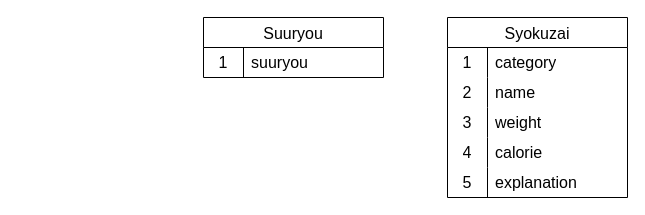
Earlier version of the draw.io diagram public/er.dio (namerouboy/malatangenerator). Source tidied: cells renumbered, new cells numbered last; positions are measured from the earlier drawing's top-left corner, leaving out a move shared by most shapes. Both pictures are drawn from the tidied source at 100%, with x=0, y=0 at pixel (203, 17).
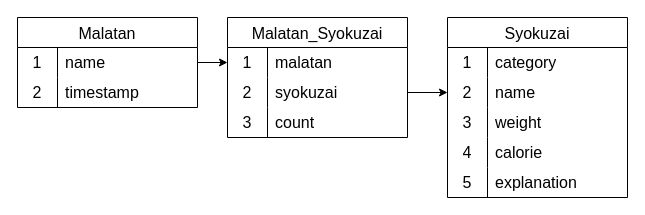
The same page after the edit.

Commit message (it also covers changes not shown here):
ER図を作成し、READMEに追加

The change refers to these unchanged cells:
```xml
<mxCell id="10" style="shape=tableRow;horizontal=0;startSize=0;swimlaneHead=0;swimlaneBody=0;top=0;left=0;bottom=0;right=0;fillColor=none;points=[[0,0.5],[1,0.5]];portConstraint=eastwest;strokeColor=inherit;fontSize=16;" parent="6" vertex="1">
  <mxGeometry y="60" width="180" height="30" as="geometry" />
</mxCell>
```

What changed in the source:
```diff
@@
-    <mxCell id="2" value="Suuryou" style="shape=table;startSize=30;childLayout=tableLayout;rowLines=0;fontStyle=0;strokeColor=default;fontSize=16;" parent="1" vertex="1">
-      <mxGeometry width="180" height="60" as="geometry" />
-    </mxCell>
-    <mxCell id="3" style="shape=tableRow;horizontal=0;startSize=0;swimlaneHead=0;swimlaneBody=0;top=0;left=0;bottom=0;right=0;fillColor=none;strokeColor=inherit;fontSize=16;" parent="2" vertex="1">
-      <mxGeometry y="30" width="180" height="30" as="geometry" />
-    </mxCell>
-    <mxCell id="4" value="1" style="shape=partialRectangle;html=1;whiteSpace=wrap;fillColor=none;top=0;left=0;bottom=0;right=0;overflow=hidden;strokeColor=inherit;fontSize=16;" parent="3" vertex="1">
-      <mxGeometry width="40" height="30" as="geometry" />
-    </mxCell>
-    <mxCell id="5" value="suuryou" style="shape=partialRectangle;html=1;whiteSpace=wrap;fillColor=none;top=0;left=0;bottom=0;right=0;align=left;spacingLeft=6;overflow=hidden;strokeColor=inherit;fontSize=16;" parent="3" vertex="1">
-      <mxGeometry x="40" width="140" height="30" as="geometry" />
-    </mxCell>
@@
+    <mxCell id="22" value="Malatan" style="shape=table;startSize=30;childLayout=tableLayout;rowLines=0;fontStyle=0;strokeColor=default;fontSize=16;" parent="1" vertex="1">
+      <mxGeometry x="-186" width="180" height="90" as="geometry" />
+    </mxCell>
+    <mxCell id="23" style="shape=tableRow;horizontal=0;startSize=0;swimlaneHead=0;swimlaneBody=0;top=0;left=0;bottom=0;right=0;fillColor=none;points=[[0,0.5],[1,0.5]];portConstraint=eastwest;strokeColor=inherit;fontSize=16;" parent="22" vertex="1">
+      <mxGeometry y="30" width="180" height="30" as="geometry" />
+    </mxCell>
+    <mxCell id="24" value="1" style="shape=partialRectangle;html=1;whiteSpace=wrap;fillColor=none;top=0;left=0;bottom=0;right=0;overflow=hidden;strokeColor=inherit;fontSize=16;" parent="23" vertex="1">
+      <mxGeometry width="40" height="30" as="geometry" />
+    </mxCell>
+    <mxCell id="25" value="name" style="shape=partialRectangle;html=1;whiteSpace=wrap;fillColor=none;top=0;left=0;bottom=0;right=0;align=left;spacingLeft=6;overflow=hidden;strokeColor=inherit;fontSize=16;" parent="23" vertex="1">
+      <mxGeometry x="40" width="140" height="30" as="geometry" />
+    </mxCell>
+    <mxCell id="26" style="shape=tableRow;horizontal=0;startSize=0;swimlaneHead=0;swimlaneBody=0;top=0;left=0;bottom=0;right=0;fillColor=none;strokeColor=inherit;fontSize=16;" parent="22" vertex="1">
+      <mxGeometry y="60" width="180" height="30" as="geometry" />
+    </mxCell>
+    <mxCell id="27" value="2" style="shape=partialRectangle;html=1;whiteSpace=wrap;fillColor=none;top=0;left=0;bottom=0;right=0;overflow=hidden;strokeColor=inherit;fontSize=16;" parent="26" vertex="1">
+      <mxGeometry width="40" height="30" as="geometry" />
+    </mxCell>
+    <mxCell id="28" value="timestamp" style="shape=partialRectangle;html=1;whiteSpace=wrap;fillColor=none;top=0;left=0;bottom=0;right=0;align=left;spacingLeft=6;overflow=hidden;strokeColor=inherit;fontSize=16;" parent="26" vertex="1">
+      <mxGeometry x="40" width="140" height="30" as="geometry" />
+    </mxCell>
+    <mxCell id="29" value="Malatan_Syokuzai" style="shape=table;startSize=30;childLayout=tableLayout;rowLines=0;fontStyle=0;strokeColor=default;fontSize=16;" parent="1" vertex="1">
+      <mxGeometry x="24" width="180" height="120" as="geometry" />
+    </mxCell>
+    <mxCell id="30" style="shape=tableRow;horizontal=0;startSize=0;swimlaneHead=0;swimlaneBody=0;top=0;left=0;bottom=0;right=0;fillColor=none;points=[[0,0.5],[1,0.5]];portConstraint=eastwest;strokeColor=inherit;fontSize=16;" parent="29" vertex="1">
+      <mxGeometry y="30" width="180" height="30" as="geometry" />
+    </mxCell>
+    <mxCell id="31" value="1" style="shape=partialRectangle;html=1;whiteSpace=wrap;fillColor=none;top=0;left=0;bottom=0;right=0;overflow=hidden;strokeColor=inherit;fontSize=16;" parent="30" vertex="1">
+      <mxGeometry width="40" height="30" as="geometry" />
+    </mxCell>
+    <mxCell id="32" value="malatan" style="shape=partialRectangle;html=1;whiteSpace=wrap;fillColor=none;top=0;left=0;bottom=0;right=0;align=left;spacingLeft=6;overflow=hidden;strokeColor=inherit;fontSize=16;" parent="30" vertex="1">
+      <mxGeometry x="40" width="140" height="30" as="geometry" />
+    </mxCell>
+    <mxCell id="33" style="shape=tableRow;horizontal=0;startSize=0;swimlaneHead=0;swimlaneBody=0;top=0;left=0;bottom=0;right=0;fillColor=none;points=[[0,0.5],[1,0.5]];portConstraint=eastwest;strokeColor=inherit;fontSize=16;" parent="29" vertex="1">
+      <mxGeometry y="60" width="180" height="30" as="geometry" />
+    </mxCell>
+    <mxCell id="34" value="2" style="shape=partialRectangle;html=1;whiteSpace=wrap;fillColor=none;top=0;left=0;bottom=0;right=0;overflow=hidden;strokeColor=inherit;fontSize=16;" parent="33" vertex="1">
+      <mxGeometry width="40" height="30" as="geometry" />
+    </mxCell>
+    <mxCell id="35" value="syokuzai" style="shape=partialRectangle;html=1;whiteSpace=wrap;fillColor=none;top=0;left=0;bottom=0;right=0;align=left;spacingLeft=6;overflow=hidden;strokeColor=inherit;fontSize=16;" parent="33" vertex="1">
+      <mxGeometry x="40" width="140" height="30" as="geometry" />
+    </mxCell>
+    <mxCell id="36" style="shape=tableRow;horizontal=0;startSize=0;swimlaneHead=0;swimlaneBody=0;top=0;left=0;bottom=0;right=0;fillColor=none;strokeColor=inherit;fontSize=16;" parent="29" vertex="1">
+      <mxGeometry y="90" width="180" height="30" as="geometry" />
+    </mxCell>
+    <mxCell id="37" value="3" style="shape=partialRectangle;html=1;whiteSpace=wrap;fillColor=none;top=0;left=0;bottom=0;right=0;overflow=hidden;strokeColor=inherit;fontSize=16;" parent="36" vertex="1">
+      <mxGeometry width="40" height="30" as="geometry" />
+    </mxCell>
+    <mxCell id="38" value="count" style="shape=partialRectangle;html=1;whiteSpace=wrap;fillColor=none;top=0;left=0;bottom=0;right=0;align=left;spacingLeft=6;overflow=hidden;strokeColor=inherit;fontSize=16;" parent="36" vertex="1">
+      <mxGeometry x="40" width="140" height="30" as="geometry" />
+    </mxCell>
+    <mxCell id="39" style="edgeStyle=none;html=1;exitX=1;exitY=0.5;exitDx=0;exitDy=0;entryX=0;entryY=0.5;entryDx=0;entryDy=0;" parent="1" edge="1" source="23" target="30">
+      <mxGeometry relative="1" as="geometry" />
+    </mxCell>
+    <mxCell id="40" style="edgeStyle=none;html=1;exitX=1;exitY=0.5;exitDx=0;exitDy=0;" parent="1" edge="1" source="33" target="10">
+      <mxGeometry relative="1" as="geometry" />
+    </mxCell>
```
